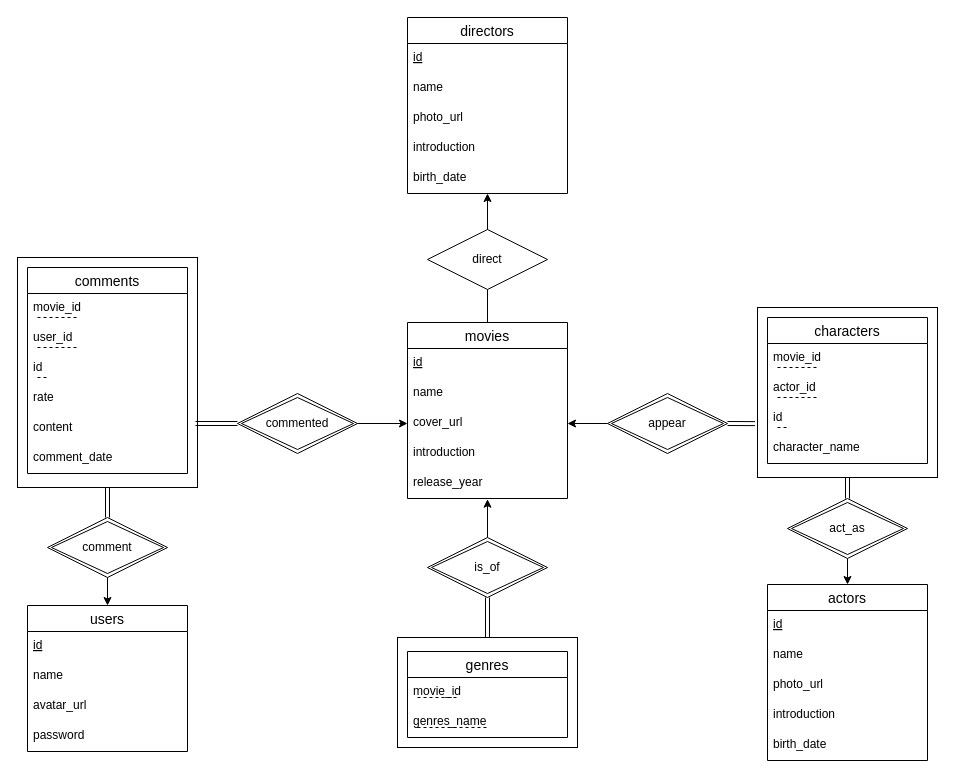
This is graphs/er.drawio from SE-starshippilot/rotten-potatoes-formal, a draw.io file, before an edit. Source tidied: cells renumbered, new cells numbered last; positions are measured from the earlier drawing's top-left corner, leaving out a move shared by most shapes. Both pictures are drawn from the tidied source at 100%, with x=0, y=0 at pixel (17, 17).
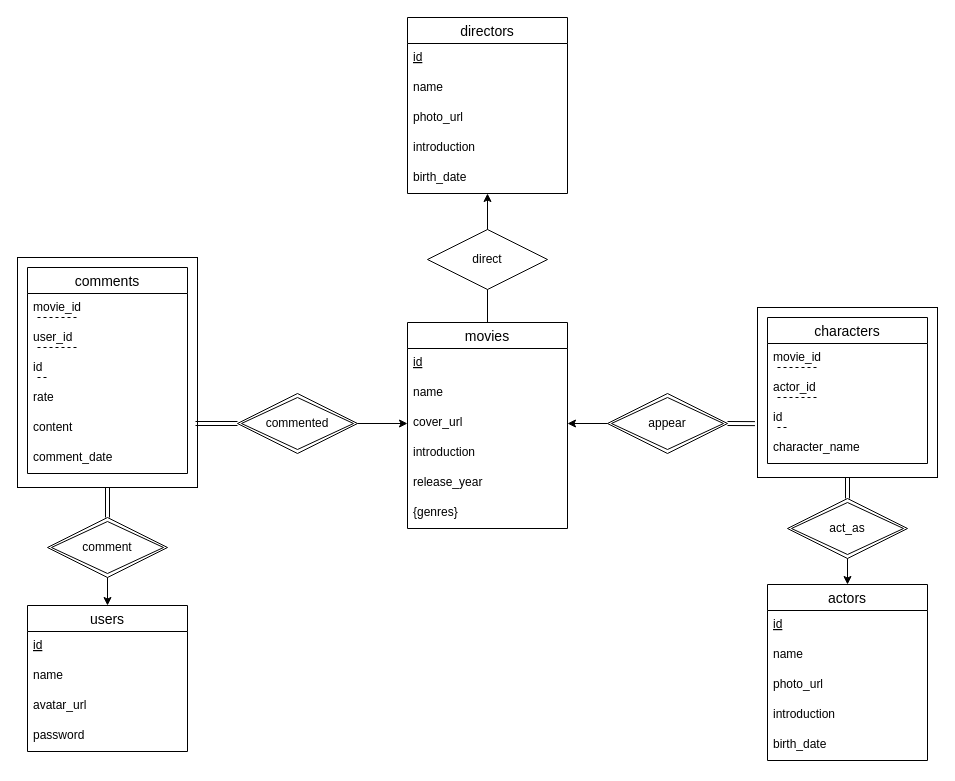
The same diagram, later.

Commit message:
fix er diagram error

The change refers to these unchanged cells:
```xml
<mxCell id="9" value="release_year" style="text;strokeColor=none;fillColor=none;spacingLeft=4;spacingRight=4;overflow=hidden;points=[[0,0.5],[1,0.5]];portConstraint=eastwest;fontSize=12;" parent="4" vertex="1">
  <mxGeometry y="146" width="160" height="30" as="geometry" />
</mxCell>
```

Diff of the diagram source:
```diff
@@
-    <mxCell id="2" style="rounded=0;whiteSpace=wrap;html=1;" parent="1" vertex="1">
-      <mxGeometry x="380" y="620" width="180" height="110" as="geometry" />
-    </mxCell>
@@
     <mxCell id="4" value="movies" style="swimlane;fontStyle=0;horizontal=1;startSize=26;align=center;fontSize=14;" parent="1" vertex="1">
-      <mxGeometry x="390" y="305" width="160" height="176" as="geometry" />
+      <mxGeometry x="390" y="305" width="160" height="206" as="geometry" />
     </mxCell>
@@
+    <mxCell id="74" value="{genres}" style="text;strokeColor=none;fillColor=none;spacingLeft=4;spacingRight=4;overflow=hidden;fontSize=12;" parent="4" vertex="1">
+      <mxGeometry y="176" width="160" height="30" as="geometry" />
+    </mxCell>
@@
-    <mxCell id="11" value="is_of" style="shape=rhombus;double=1;perimeter=rhombusPerimeter;whiteSpace=wrap;html=1;align=center;" parent="1" vertex="1">
-      <mxGeometry x="410" y="520" width="120" height="60" as="geometry" />
-    </mxCell>
-    <mxCell id="12" value="genres" style="swimlane;fontStyle=0;horizontal=1;startSize=26;align=center;fontSize=14;" parent="1" vertex="1">
-      <mxGeometry x="390" y="634" width="160" height="86" as="geometry" />
-    </mxCell>
-    <mxCell id="13" value="movie_id" style="text;strokeColor=none;fillColor=none;spacingLeft=4;spacingRight=4;overflow=hidden;fontSize=12;" parent="12" vertex="1">
-      <mxGeometry y="26" width="160" height="30" as="geometry" />
-    </mxCell>
-    <mxCell id="14" value="genres_name" style="text;strokeColor=none;fillColor=none;spacingLeft=4;spacingRight=4;overflow=hidden;fontSize=12;" parent="12" vertex="1">
-      <mxGeometry y="56" width="160" height="30" as="geometry" />
-    </mxCell>
-    <mxCell id="15" style="endArrow=none;dashed=1;html=1;rounded=0;fontSize=14;" parent="12" edge="1">
-      <mxGeometry relative="1" as="geometry">
-        <mxPoint x="10" y="46" as="sourcePoint" />
-        <mxPoint x="50" y="46" as="targetPoint" />
-      </mxGeometry>
-    </mxCell>
-    <mxCell id="16" style="endArrow=none;dashed=1;html=1;rounded=0;fontSize=14;" parent="12" edge="1">
-      <mxGeometry relative="1" as="geometry">
-        <mxPoint x="10" y="76" as="sourcePoint" />
-        <mxPoint x="80" y="76" as="targetPoint" />
-      </mxGeometry>
-    </mxCell>
-    <mxCell id="17" style="shape=link;html=1;rounded=0;entryX=0.5;entryY=0;entryDx=0;entryDy=0;exitX=0.5;exitY=1;exitDx=0;exitDy=0;" parent="1" edge="1" source="11" target="2">
-      <mxGeometry relative="1" as="geometry" />
-    </mxCell>
-    <mxCell id="18" style="html=1;align=right;verticalAlign=bottom;" parent="17" vertex="1">
-      <mxGeometry x="1" relative="1" as="geometry" />
-    </mxCell>
-    <mxCell id="19" style="endArrow=classic;html=1;exitX=0.5;exitY=0;exitDx=0;exitDy=0;entryX=0.5;entryY=1.024;entryDx=0;entryDy=0;entryPerimeter=0;" parent="1" edge="1" source="11" target="9">
-      <mxGeometry relative="1" as="geometry" />
-    </mxCell>
```
